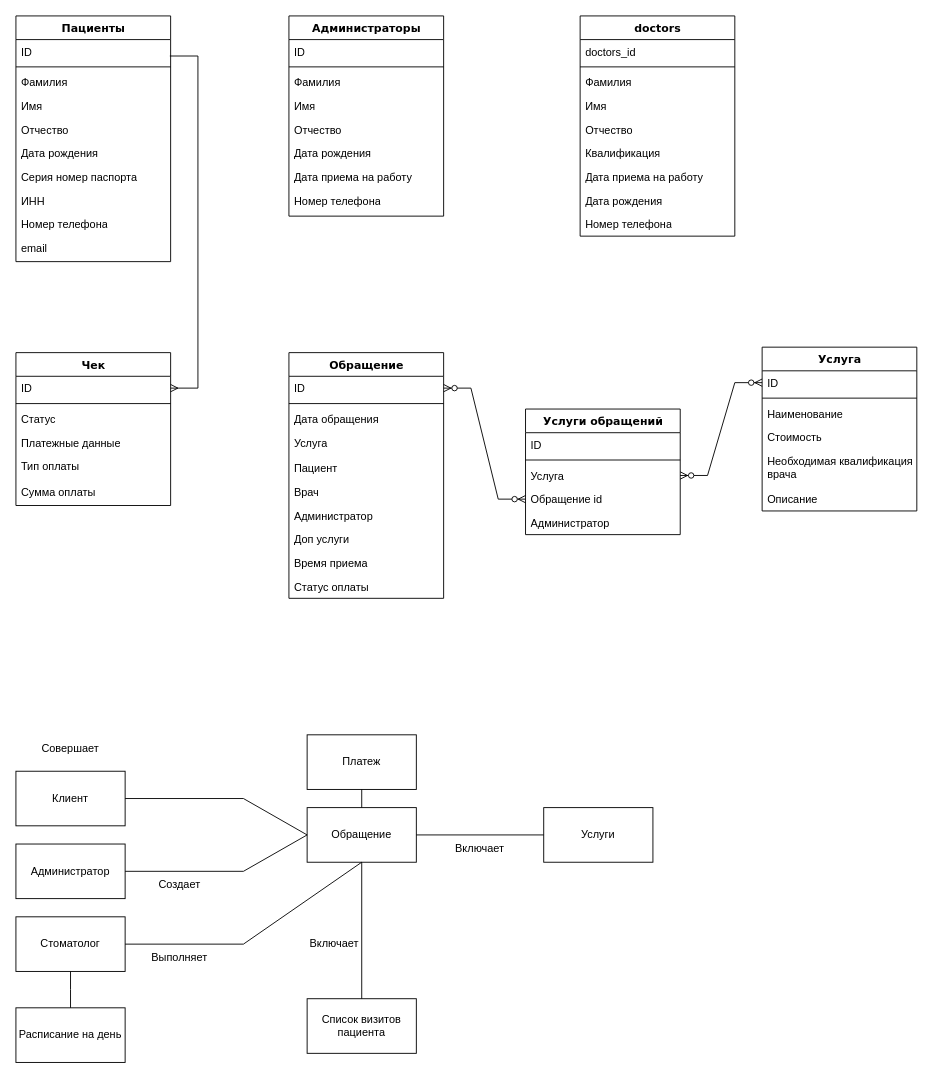
YanaZelen/LivePoco-master2 keeps this draw.io diagram as Диаграмма без названия.drawio. Above is the earlier version. Source tidied: cells renumbered, new cells numbered last; positions are measured from the earlier drawing's top-left corner, leaving out a move shared by most shapes. Both pictures are drawn from the tidied source at 91%, with x=0, y=0 at pixel (15, 15).
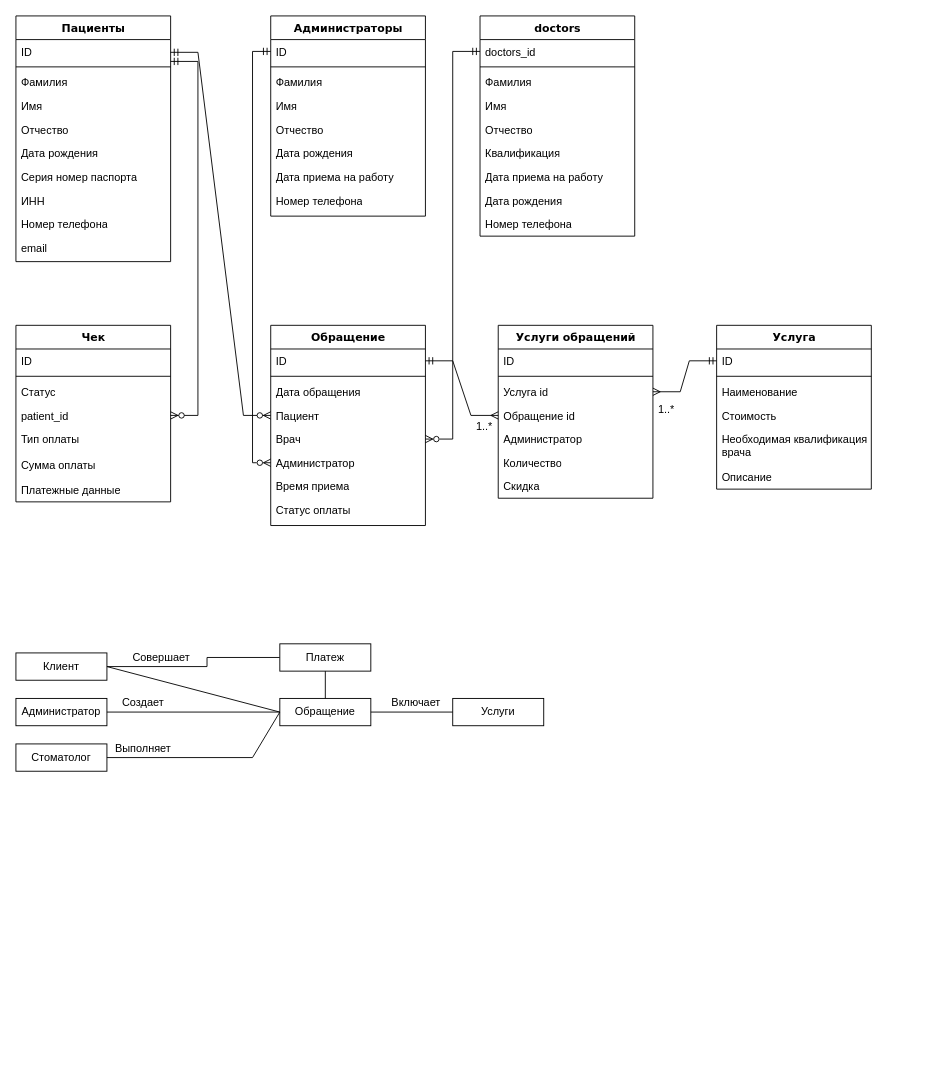
The same diagram, later.

Unchanged cells that the change refers to:
```xml
<mxCell id="3" value="doctors_id" style="text;html=1;strokeColor=none;fillColor=none;align=left;verticalAlign=top;spacingLeft=4;spacingRight=4;whiteSpace=wrap;overflow=hidden;points=[[0,0.5],[1,0.5]];portConstraint=eastwest;" parent="2" vertex="1">
  <mxGeometry y="26" width="170" height="26" as="geometry" />
</mxCell>
<mxCell id="13" value="ID" style="text;html=1;strokeColor=none;fillColor=none;align=left;verticalAlign=top;spacingLeft=4;spacingRight=4;whiteSpace=wrap;overflow=hidden;points=[[0,0.5],[1,0.5]];portConstraint=eastwest;" parent="12" vertex="1">
  <mxGeometry y="26" width="170" height="26" as="geometry" />
</mxCell>
<mxCell id="24" value="ID" style="text;html=1;strokeColor=none;fillColor=none;align=left;verticalAlign=top;spacingLeft=4;spacingRight=4;whiteSpace=wrap;overflow=hidden;points=[[0,0.5],[1,0.5]];portConstraint=eastwest;" parent="23" vertex="1">
  <mxGeometry y="26" width="170" height="26" as="geometry" />
</mxCell>
<mxCell id="31" value="ID" style="text;html=1;strokeColor=none;fillColor=none;align=left;verticalAlign=top;spacingLeft=4;spacingRight=4;whiteSpace=wrap;overflow=hidden;points=[[0,0.5],[1,0.5]];portConstraint=eastwest;" parent="30" vertex="1">
  <mxGeometry y="26" width="170" height="26" as="geometry" />
</mxCell>
<mxCell id="62" value="ID" style="text;html=1;strokeColor=none;fillColor=none;align=left;verticalAlign=top;spacingLeft=4;spacingRight=4;whiteSpace=wrap;overflow=hidden;points=[[0,0.5],[1,0.5]];portConstraint=eastwest;" parent="61" vertex="1">
  <mxGeometry y="26" width="170" height="26" as="geometry" />
</mxCell>
<mxCell id="71" value="ID" style="text;html=1;strokeColor=none;fillColor=none;align=left;verticalAlign=top;spacingLeft=4;spacingRight=4;whiteSpace=wrap;overflow=hidden;points=[[0,0.5],[1,0.5]];portConstraint=eastwest;" parent="70" vertex="1">
  <mxGeometry y="26" width="170" height="26" as="geometry" />
</mxCell>
<mxCell id="81" value="Обращение id" style="text;html=1;strokeColor=none;fillColor=none;align=left;verticalAlign=top;spacingLeft=4;spacingRight=4;whiteSpace=wrap;overflow=hidden;points=[[0,0.5],[1,0.5]];portConstraint=eastwest;" parent="77" vertex="1">
  <mxGeometry y="86" width="170" height="26" as="geometry" />
</mxCell>
```

Change to the diagram source:
```diff
@@
     <mxCell id="2" value="doctors" style="swimlane;html=1;fontStyle=1;align=center;verticalAlign=top;horizontal=1;startSize=26;swimlaneFillColor=#ffffff;rounded=0;shadow=0;comic=0;labelBackgroundColor=none;strokeWidth=1;fillColor=none;fontFamily=Verdana;fontSize=12;" parent="1" vertex="1">
-      <mxGeometry x="620" width="170" height="242" as="geometry" />
+      <mxGeometry x="510" width="170" height="242" as="geometry" />
     </mxCell>
@@
     <mxCell id="23" value="Услуга" style="swimlane;html=1;fontStyle=1;align=center;verticalAlign=top;horizontal=1;startSize=26;swimlaneFillColor=#ffffff;rounded=0;shadow=0;comic=0;labelBackgroundColor=none;strokeWidth=1;fillColor=none;fontFamily=Verdana;fontSize=12;" parent="1" vertex="1">
-      <mxGeometry x="820" y="364" width="170" height="180" as="geometry" />
+      <mxGeometry x="770" y="340" width="170" height="180" as="geometry" />
     </mxCell>
@@
     <mxCell id="30" value="Обращение" style="swimlane;html=1;fontStyle=1;align=center;verticalAlign=top;horizontal=1;startSize=26;swimlaneFillColor=#ffffff;rounded=0;shadow=0;comic=0;labelBackgroundColor=none;strokeWidth=1;fillColor=none;fontFamily=Verdana;fontSize=12;" parent="1" vertex="1">
-      <mxGeometry x="300" y="370" width="170" height="270" as="geometry" />
+      <mxGeometry x="280" y="340" width="170" height="220" as="geometry" />
     </mxCell>
@@
-    <mxCell id="34" value="Услуга" style="text;html=1;strokeColor=none;fillColor=none;align=left;verticalAlign=top;spacingLeft=4;spacingRight=4;whiteSpace=wrap;overflow=hidden;" parent="30" vertex="1">
-      <mxGeometry y="86" width="170" height="28" as="geometry" />
-    </mxCell>
     <mxCell id="35" value="Пациент" style="text;html=1;strokeColor=none;fillColor=none;align=left;verticalAlign=top;spacingLeft=4;spacingRight=4;whiteSpace=wrap;overflow=hidden;points=[[0,0.5],[1,0.5]];portConstraint=eastwest;" parent="30" vertex="1">
-      <mxGeometry y="114" width="170" height="26" as="geometry" />
+      <mxGeometry y="86" width="170" height="26" as="geometry" />
     </mxCell>
     <mxCell id="36" value="Врач" style="text;html=1;strokeColor=none;fillColor=none;align=left;verticalAlign=top;spacingLeft=4;spacingRight=4;whiteSpace=wrap;overflow=hidden;points=[[0,0.5],[1,0.5]];portConstraint=eastwest;" parent="30" vertex="1">
-      <mxGeometry y="140" width="170" height="26" as="geometry" />
+      <mxGeometry y="112" width="170" height="26" as="geometry" />
     </mxCell>
     <mxCell id="37" value="Администратор" style="text;html=1;strokeColor=none;fillColor=none;align=left;verticalAlign=top;spacingLeft=4;spacingRight=4;whiteSpace=wrap;overflow=hidden;points=[[0,0.5],[1,0.5]];portConstraint=eastwest;" parent="30" vertex="1">
-      <mxGeometry y="166" width="170" height="26" as="geometry" />
+      <mxGeometry y="138" width="170" height="26" as="geometry" />
     </mxCell>
-    <mxCell id="38" value="Доп услуги" style="text;html=1;strokeColor=none;fillColor=none;align=left;verticalAlign=top;spacingLeft=4;spacingRight=4;whiteSpace=wrap;overflow=hidden;" parent="30" vertex="1">
-      <mxGeometry y="192" width="170" height="26" as="geometry" />
-    </mxCell>
     <mxCell id="39" value="Время приема" style="text;html=1;strokeColor=none;fillColor=none;align=left;verticalAlign=top;spacingLeft=4;spacingRight=4;whiteSpace=wrap;overflow=hidden;" parent="30" vertex="1">
-      <mxGeometry y="218" width="170" height="26" as="geometry" />
+      <mxGeometry y="164" width="170" height="26" as="geometry" />
     </mxCell>
     <mxCell id="40" value="Статус оплаты" style="text;html=1;strokeColor=none;fillColor=none;align=left;verticalAlign=top;spacingLeft=4;spacingRight=4;whiteSpace=wrap;overflow=hidden;" parent="30" vertex="1">
-      <mxGeometry y="244" width="170" height="26" as="geometry" />
+      <mxGeometry y="190" width="170" height="26" as="geometry" />
     </mxCell>
     <mxCell id="41" value="Стоматолог" style="rounded=0;whiteSpace=wrap;html=1;" parent="1" vertex="1">
-      <mxGeometry y="990" width="120" height="60" as="geometry" />
+      <mxGeometry y="800" width="100" height="30" as="geometry" />
     </mxCell>
+    <mxCell id="86" style="edgeStyle=orthogonalEdgeStyle;rounded=0;jettySize=auto;html=1;exitX=1;exitY=0.5;exitDx=0;exitDy=0;endArrow=none;endFill=0;" parent="1" edge="1" source="42" target="50">
+      <mxGeometry relative="1" as="geometry">
+        <Array as="points">
+          <mxPoint x="210" y="715" />
+          <mxPoint x="210" y="705" />
+        </Array>
+      </mxGeometry>
+    </mxCell>
     <mxCell id="42" value="Клиент" style="rounded=0;whiteSpace=wrap;html=1;" parent="1" vertex="1">
-      <mxGeometry y="830" width="120" height="60" as="geometry" />
+      <mxGeometry y="700" width="100" height="30" as="geometry" />
     </mxCell>
     <mxCell id="43" value="Администратор" style="rounded=0;whiteSpace=wrap;html=1;" parent="1" vertex="1">
-      <mxGeometry y="910" width="120" height="60" as="geometry" />
+      <mxGeometry y="750" width="100" height="30" as="geometry" />
     </mxCell>
     <mxCell id="44" value="Обращение" style="rounded=0;whiteSpace=wrap;html=1;" parent="1" vertex="1">
-      <mxGeometry x="320" y="870" width="120" height="60" as="geometry" />
+      <mxGeometry x="290" y="750" width="100" height="30" as="geometry" />
     </mxCell>
     <mxCell id="45" value="Услуги" style="rounded=0;whiteSpace=wrap;html=1;" parent="1" vertex="1">
-      <mxGeometry x="580" y="870" width="120" height="60" as="geometry" />
+      <mxGeometry x="480" y="750" width="100" height="30" as="geometry" />
     </mxCell>
     <mxCell id="46" style="endArrow=none;html=1;rounded=0;entryX=0;entryY=0.5;entryDx=0;entryDy=0;exitX=1;exitY=0.5;exitDx=0;exitDy=0;" parent="1" edge="1" source="43" target="44">
-      <mxGeometry relative="1" as="geometry">
-        <Array as="points">
-          <mxPoint x="250" y="940" />
-        </Array>
-      </mxGeometry>
+      <mxGeometry relative="1" as="geometry" />
     </mxCell>
     <mxCell id="47" value="Создает" style="text;html=1;strokeColor=none;fillColor=none;align=center;verticalAlign=middle;whiteSpace=wrap;rounded=0;" parent="1" vertex="1">
-      <mxGeometry x="150" y="940" width="60" height="30" as="geometry" />
+      <mxGeometry x="110" y="740" width="60" height="30" as="geometry" />
     </mxCell>
@@
     <mxCell id="49" value="Включает" style="text;html=1;strokeColor=none;fillColor=none;align=center;verticalAlign=middle;whiteSpace=wrap;rounded=0;" parent="1" vertex="1">
-      <mxGeometry x="480" y="900" width="60" height="30" as="geometry" />
+      <mxGeometry x="410" y="740" width="60" height="30" as="geometry" />
     </mxCell>
     <mxCell id="50" value="Платеж" style="rounded=0;whiteSpace=wrap;html=1;" parent="1" vertex="1">
-      <mxGeometry x="320" y="790" width="120" height="60" as="geometry" />
+      <mxGeometry x="290" y="690" width="100" height="30" as="geometry" />
     </mxCell>
@@
-    <mxCell id="52" style="endArrow=none;html=1;rounded=0;entryX=0;entryY=0.5;entryDx=0;entryDy=0;" parent="1" edge="1" target="44">
-      <mxGeometry relative="1" as="geometry">
-        <mxPoint x="120" y="860" as="sourcePoint" />
-        <Array as="points">
-          <mxPoint x="250" y="860" />
-        </Array>
-      </mxGeometry>
+    <mxCell id="52" style="endArrow=none;html=1;rounded=0;entryX=0;entryY=0.5;entryDx=0;entryDy=0;exitX=1;exitY=0.5;exitDx=0;exitDy=0;" parent="1" edge="1" source="42" target="44">
+      <mxGeometry relative="1" as="geometry" />
     </mxCell>
     <mxCell id="53" value="Совершает" style="text;html=1;strokeColor=none;fillColor=none;align=center;verticalAlign=middle;whiteSpace=wrap;rounded=0;" parent="1" vertex="1">
-      <mxGeometry x="30" y="790" width="60" height="30" as="geometry" />
+      <mxGeometry x="130" y="690" width="60" height="30" as="geometry" />
     </mxCell>
-    <mxCell id="54" style="endArrow=none;html=1;rounded=0;entryX=0.5;entryY=1;entryDx=0;entryDy=0;exitX=1;exitY=0.5;exitDx=0;exitDy=0;" parent="1" edge="1" source="41" target="44">
+    <mxCell id="54" style="endArrow=none;html=1;rounded=0;entryX=0;entryY=0.5;entryDx=0;entryDy=0;exitX=1;exitY=0.5;exitDx=0;exitDy=0;" parent="1" edge="1" source="41" target="44">
       <mxGeometry relative="1" as="geometry">
         <Array as="points">
-          <mxPoint x="250" y="1020" />
+          <mxPoint x="260" y="815" />
         </Array>
       </mxGeometry>
     </mxCell>
     <mxCell id="55" value="Выполняет" style="text;html=1;strokeColor=none;fillColor=none;align=center;verticalAlign=middle;whiteSpace=wrap;rounded=0;" parent="1" vertex="1">
-      <mxGeometry x="150" y="1020" width="60" height="30" as="geometry" />
+      <mxGeometry x="110" y="790" width="60" height="30" as="geometry" />
     </mxCell>
-    <mxCell id="56" value="Расписание на день" style="rounded=0;whiteSpace=wrap;html=1;" parent="1" vertex="1">
-      <mxGeometry y="1090" width="120" height="60" as="geometry" />
-    </mxCell>
-    <mxCell id="57" style="endArrow=none;html=1;rounded=0;entryX=0.5;entryY=1;entryDx=0;entryDy=0;exitX=0.5;exitY=0;exitDx=0;exitDy=0;" parent="1" edge="1" source="56" target="41">
-      <mxGeometry relative="1" as="geometry">
-        <Array as="points">
-          <mxPoint x="60" y="1070" />
-        </Array>
-      </mxGeometry>
-    </mxCell>
-    <mxCell id="58" value="Список визитов&lt;br&gt;пациента" style="rounded=0;whiteSpace=wrap;html=1;" parent="1" vertex="1">
-      <mxGeometry x="320" y="1080" width="120" height="60" as="geometry" />
-    </mxCell>
-    <mxCell id="59" style="endArrow=none;html=1;rounded=0;" parent="1" edge="1" source="58" target="44">
-      <mxGeometry relative="1" as="geometry" />
-    </mxCell>
-    <mxCell id="60" value="Включает" style="text;html=1;strokeColor=none;fillColor=none;align=center;verticalAlign=middle;whiteSpace=wrap;rounded=0;" parent="1" vertex="1">
-      <mxGeometry x="320" y="1005" width="60" height="30" as="geometry" />
-    </mxCell>
     <mxCell id="61" value="Администраторы" style="swimlane;html=1;fontStyle=1;align=center;verticalAlign=top;horizontal=1;startSize=26;swimlaneFillColor=#ffffff;rounded=0;shadow=0;comic=0;labelBackgroundColor=none;strokeWidth=1;fillColor=none;fontFamily=Verdana;fontSize=12;" parent="1" vertex="1">
-      <mxGeometry x="300" width="170" height="220" as="geometry" />
+      <mxGeometry x="280" width="170" height="220" as="geometry" />
     </mxCell>
@@
     <mxCell id="70" value="Чек" style="swimlane;html=1;fontStyle=1;align=center;verticalAlign=top;horizontal=1;startSize=26;swimlaneFillColor=#ffffff;rounded=0;shadow=0;comic=0;labelBackgroundColor=none;strokeWidth=1;fillColor=none;fontFamily=Verdana;fontSize=12;" parent="1" vertex="1">
-      <mxGeometry y="370" width="170" height="168" as="geometry" />
+      <mxGeometry y="340" width="170" height="194" as="geometry" />
     </mxCell>
@@
-    <mxCell id="74" value="Платежные данные" style="text;html=1;strokeColor=none;fillColor=none;align=left;verticalAlign=top;spacingLeft=4;spacingRight=4;whiteSpace=wrap;overflow=hidden;points=[[0,0.5],[1,0.5]];portConstraint=eastwest;" parent="70" vertex="1">
+    <mxCell id="74" value="patient_id" style="text;html=1;strokeColor=none;fillColor=none;align=left;verticalAlign=top;spacingLeft=4;spacingRight=4;whiteSpace=wrap;overflow=hidden;points=[[0,0.5],[1,0.5]];portConstraint=eastwest;" parent="70" vertex="1">
       <mxGeometry y="86" width="170" height="26" as="geometry" />
     </mxCell>
@@
+    <mxCell id="87" value="Платежные данные" style="text;html=1;strokeColor=none;fillColor=none;align=left;verticalAlign=top;spacingLeft=4;spacingRight=4;whiteSpace=wrap;overflow=hidden;" parent="70" vertex="1">
+      <mxGeometry y="168" width="170" height="26" as="geometry" />
+    </mxCell>
     <mxCell id="77" value="Услуги обращений" style="swimlane;html=1;fontStyle=1;align=center;verticalAlign=top;horizontal=1;startSize=26;swimlaneFillColor=#ffffff;rounded=0;shadow=0;comic=0;labelBackgroundColor=none;strokeWidth=1;fillColor=none;fontFamily=Verdana;fontSize=12;" parent="1" vertex="1">
-      <mxGeometry x="560" y="432" width="170" height="138" as="geometry" />
+      <mxGeometry x="530" y="340" width="170" height="190" as="geometry" />
     </mxCell>
@@
-    <mxCell id="80" value="Услуга" style="text;html=1;strokeColor=none;fillColor=none;align=left;verticalAlign=top;spacingLeft=4;spacingRight=4;whiteSpace=wrap;overflow=hidden;points=[[0,0.5],[1,0.5]];portConstraint=eastwest;" parent="77" vertex="1">
+    <mxCell id="80" value="Услуга id" style="text;html=1;strokeColor=none;fillColor=none;align=left;verticalAlign=top;spacingLeft=4;spacingRight=4;whiteSpace=wrap;overflow=hidden;points=[[0,0.5],[1,0.5]];portConstraint=eastwest;" parent="77" vertex="1">
       <mxGeometry y="60" width="170" height="26" as="geometry" />
     </mxCell>
@@
+    <mxCell id="88" value="Количество" style="text;html=1;strokeColor=none;fillColor=none;align=left;verticalAlign=top;spacingLeft=4;spacingRight=4;whiteSpace=wrap;overflow=hidden;" parent="77" vertex="1">
+      <mxGeometry y="138" width="170" height="26" as="geometry" />
+    </mxCell>
+    <mxCell id="89" value="Скидка" style="text;html=1;strokeColor=none;fillColor=none;align=left;verticalAlign=top;spacingLeft=4;spacingRight=4;whiteSpace=wrap;overflow=hidden;" parent="77" vertex="1">
+      <mxGeometry y="164" width="170" height="26" as="geometry" />
+    </mxCell>
-    <mxCell id="83" style="edgeStyle=entityRelationEdgeStyle;fontSize=12;html=1;endArrow=ERzeroToMany;endFill=1;startArrow=ERzeroToMany;rounded=0;" parent="1" edge="1" source="80" target="24">
+    <mxCell id="83" style="edgeStyle=entityRelationEdgeStyle;fontSize=12;html=1;endArrow=ERmandOne;endFill=0;startArrow=ERmany;rounded=0;startFill=0;" parent="1" edge="1" source="80" target="24">
       <mxGeometry relative="1" as="geometry">
         <Array as="points">
-          <mxPoint x="820" y="410" />
+          <mxPoint x="790" y="380" />
         </Array>
       </mxGeometry>
     </mxCell>
-    <mxCell id="84" style="edgeStyle=entityRelationEdgeStyle;fontSize=12;html=1;endArrow=ERzeroToMany;endFill=1;startArrow=ERzeroToMany;rounded=0;entryX=0;entryY=0.5;entryDx=0;entryDy=0;" parent="1" edge="1" source="31" target="81">
+    <mxCell id="84" style="edgeStyle=entityRelationEdgeStyle;fontSize=12;html=1;endArrow=ERmany;endFill=0;startArrow=ERmandOne;rounded=0;entryX=0;entryY=0.5;entryDx=0;entryDy=0;startFill=0;" parent="1" edge="1" source="31" target="81">
       <mxGeometry relative="1" as="geometry">
         <Array as="points">
-          <mxPoint x="555" y="345" />
+          <mxPoint x="535" y="315" />
         </Array>
       </mxGeometry>
     </mxCell>
-    <mxCell id="85" style="edgeStyle=entityRelationEdgeStyle;fontSize=12;html=1;endArrow=ERmany;rounded=0;exitX=0.995;exitY=0.694;exitDx=0;exitDy=0;exitPerimeter=0;" parent="1" edge="1" source="13" target="71">
-      <mxGeometry relative="1" as="geometry" />
-    </mxCell>
+    <mxCell id="90" style="edgeStyle=orthogonalEdgeStyle;rounded=0;jettySize=auto;html=1;entryX=0;entryY=0.5;entryDx=0;entryDy=0;endArrow=ERzeroToMany;endFill=0;startArrow=ERmandOne;startFill=0;" parent="1" edge="1" source="62" target="37">
+      <mxGeometry relative="1" as="geometry" />
+    </mxCell>
+    <mxCell id="91" style="edgeStyle=orthogonalEdgeStyle;rounded=0;jettySize=auto;html=1;exitX=0;exitY=0.5;exitDx=0;exitDy=0;entryX=1;entryY=0.5;entryDx=0;entryDy=0;endArrow=ERzeroToMany;endFill=0;startArrow=ERmandOne;startFill=0;" parent="1" edge="1" source="3" target="36">
+      <mxGeometry relative="1" as="geometry" />
+    </mxCell>
+    <mxCell id="92" value="1..*" style="text;html=1;strokeColor=none;fillColor=none;align=center;verticalAlign=middle;whiteSpace=wrap;rounded=0;" parent="1" vertex="1">
+      <mxGeometry x="500" y="438" width="30" height="26" as="geometry" />
+    </mxCell>
+    <mxCell id="93" value="1..*" style="text;html=1;strokeColor=none;fillColor=none;align=center;verticalAlign=middle;whiteSpace=wrap;rounded=0;" parent="1" vertex="1">
+      <mxGeometry x="700" y="420" width="30" height="26" as="geometry" />
+    </mxCell>
+    <mxCell id="94" style="edgeStyle=entityRelationEdgeStyle;fontSize=12;html=1;endArrow=ERzeroToMany;startArrow=ERmandOne;rounded=0;exitX=1;exitY=0.923;exitDx=0;exitDy=0;exitPerimeter=0;" parent="1" edge="1" source="13" target="74">
+      <mxGeometry relative="1" as="geometry" />
+    </mxCell>
+    <mxCell id="95" style="edgeStyle=entityRelationEdgeStyle;fontSize=12;html=1;endArrow=ERzeroToMany;startArrow=ERmandOne;rounded=0;exitX=0;exitY=1;exitDx=0;exitDy=0;" parent="1" edge="1" target="35">
+      <mxGeometry relative="1" as="geometry">
+        <mxPoint x="170" y="40" as="sourcePoint" />
+        <Array as="points">
+          <mxPoint x="250" y="270" />
+          <mxPoint x="250" y="270" />
+          <mxPoint x="260" y="270" />
+        </Array>
+      </mxGeometry>
+    </mxCell>
```
